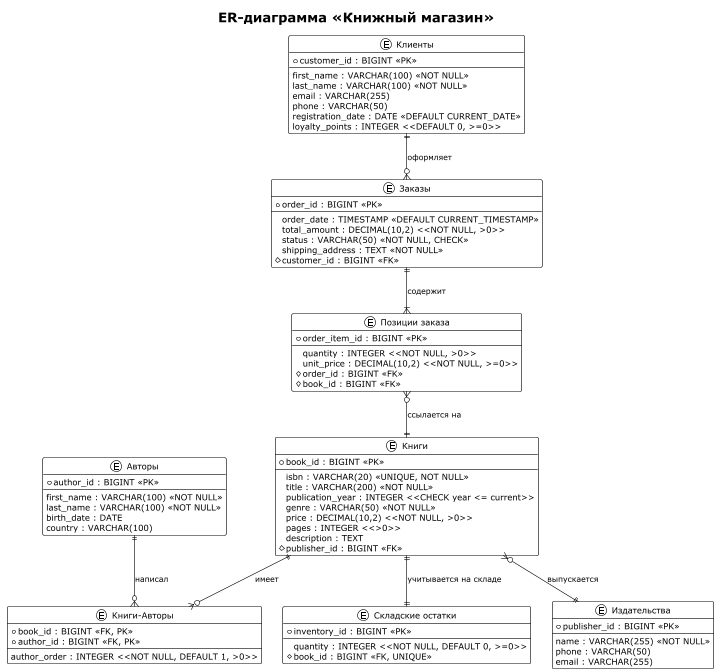
Earlier version of the PlantUML export Базы данных/Курсовая работа/documentation/ERDiagramm-ER_____.png (Jb192101/RSREU). Its diagram source:
```plantuml
@startuml

!theme plain

title ER-диаграмма «Книжный магазин»

entity "Клиенты" as customers {
  * customer_id : BIGINT <<PK>>
  --
  first_name : VARCHAR(100) <<NOT NULL>>
  last_name : VARCHAR(100) <<NOT NULL>>
  email : VARCHAR(255)
  phone : VARCHAR(50)
  registration_date : DATE <<DEFAULT CURRENT_DATE>>
  loyalty_points : INTEGER <<DEFAULT 0, >=0>>
}

entity "Заказы" as orders {
  * order_id : BIGINT <<PK>>
  --
  order_date : TIMESTAMP <<DEFAULT CURRENT_TIMESTAMP>>
  total_amount : DECIMAL(10,2) <<NOT NULL, >0>>
  status : VARCHAR(50) <<NOT NULL, CHECK>>
  shipping_address : TEXT <<NOT NULL>>
  # customer_id : BIGINT <<FK>>
}

entity "Позиции заказа" as order_items {
  * order_item_id : BIGINT <<PK>>
  --
  quantity : INTEGER <<NOT NULL, >0>>
  unit_price : DECIMAL(10,2) <<NOT NULL, >=0>>
  # order_id : BIGINT <<FK>>
  # book_id : BIGINT <<FK>>
}

entity "Книги" as books {
  * book_id : BIGINT <<PK>>
  --
  isbn : VARCHAR(20) <<UNIQUE, NOT NULL>>
  title : VARCHAR(200) <<NOT NULL>>
  publication_year : INTEGER <<CHECK year <= current>>
  genre : VARCHAR(50) <<NOT NULL>>
  price : DECIMAL(10,2) <<NOT NULL, >0>>
  pages : INTEGER <<>0>>
  description : TEXT
  # publisher_id : BIGINT <<FK>>
}

entity "Издательства" as publishers {
  * publisher_id : BIGINT <<PK>>
  --
  name : VARCHAR(255) <<NOT NULL>>
  phone : VARCHAR(50)
  email : VARCHAR(255)
}

entity "Авторы" as authors {
  * author_id : BIGINT <<PK>>
  --
  first_name : VARCHAR(100) <<NOT NULL>>
  last_name : VARCHAR(100) <<NOT NULL>>
  birth_date : DATE
  country : VARCHAR(100)
}

entity "Книги-Авторы" as book_authors {
  * book_id : BIGINT <<FK, PK>>
  * author_id : BIGINT <<FK, PK>>
  --
  author_order : INTEGER <<NOT NULL, DEFAULT 1, >0>>
}

entity "Складские остатки" as inventory {
  * inventory_id : BIGINT <<PK>>
  --
  quantity : INTEGER <<NOT NULL, DEFAULT 0, >=0>>
  # book_id : BIGINT <<FK, UNIQUE>>
}

customers ||--o{ orders : "оформляет"
orders ||--|{ order_items : "содержит"
order_items }o--|| books : "ссылается на"
books }o--|| publishers : "выпускается"
books ||--o{ book_authors : "имеет"
authors ||--o{ book_authors : "написал"
books ||--|| inventory : "учитывается на складе"

@enduml
```
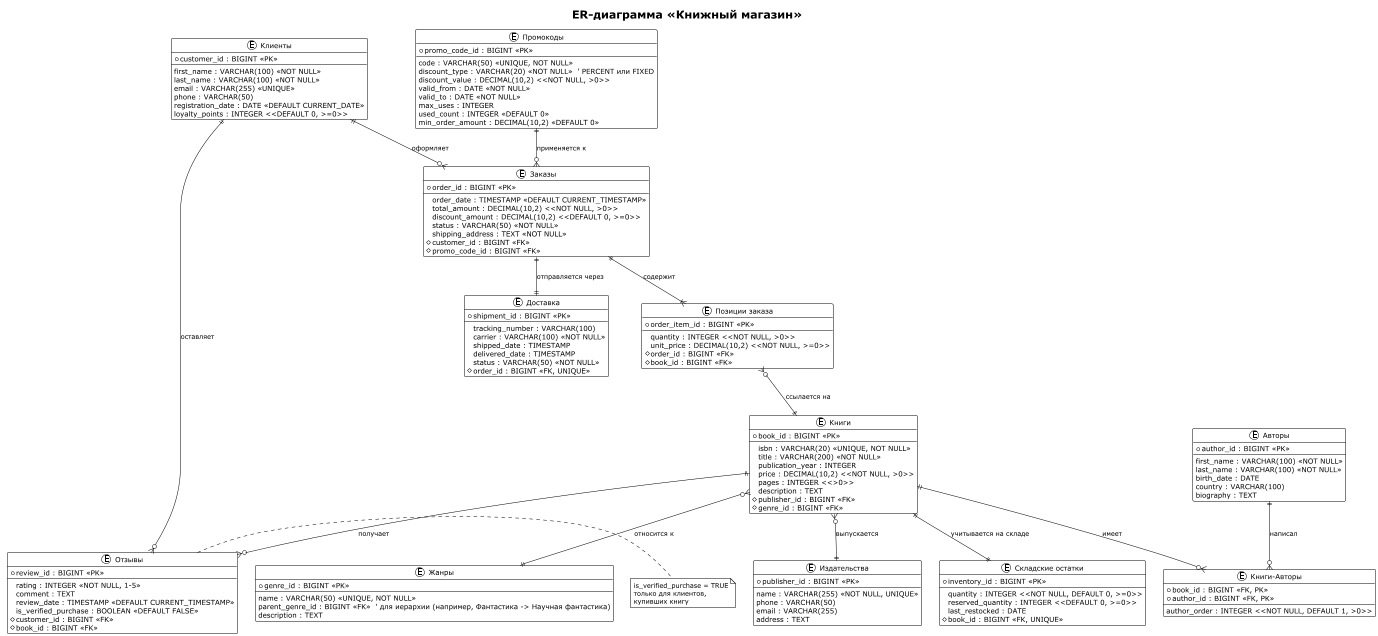
Later version of the same file.

What changed in the source:
```diff
@@ -1,5 +1,4 @@
 @startuml
-
 !theme plain
 
 title ER-диаграмма «Книжный магазин»
@@ -9,7 +8,7 @@
   --
   first_name : VARCHAR(100) <<NOT NULL>>
   last_name : VARCHAR(100) <<NOT NULL>>
-  email : VARCHAR(255)
+  email : VARCHAR(255) <<UNIQUE>>
   phone : VARCHAR(50)
   registration_date : DATE <<DEFAULT CURRENT_DATE>>
   loyalty_points : INTEGER <<DEFAULT 0, >=0>>
@@ -20,9 +19,11 @@
   --
   order_date : TIMESTAMP <<DEFAULT CURRENT_TIMESTAMP>>
   total_amount : DECIMAL(10,2) <<NOT NULL, >0>>
-  status : VARCHAR(50) <<NOT NULL, CHECK>>
+  discount_amount : DECIMAL(10,2) <<DEFAULT 0, >=0>>
+  status : VARCHAR(50) <<NOT NULL>>
   shipping_address : TEXT <<NOT NULL>>
   # customer_id : BIGINT <<FK>>
+  # promo_code_id : BIGINT <<FK>>
 }
 
 entity "Позиции заказа" as order_items {
@@ -39,20 +40,21 @@
   --
   isbn : VARCHAR(20) <<UNIQUE, NOT NULL>>
   title : VARCHAR(200) <<NOT NULL>>
-  publication_year : INTEGER <<CHECK year <= current>>
-  genre : VARCHAR(50) <<NOT NULL>>
+  publication_year : INTEGER
   price : DECIMAL(10,2) <<NOT NULL, >0>>
   pages : INTEGER <<>0>>
   description : TEXT
   # publisher_id : BIGINT <<FK>>
+  # genre_id : BIGINT <<FK>>
 }
 
 entity "Издательства" as publishers {
   * publisher_id : BIGINT <<PK>>
   --
-  name : VARCHAR(255) <<NOT NULL>>
+  name : VARCHAR(255) <<NOT NULL, UNIQUE>>
   phone : VARCHAR(50)
   email : VARCHAR(255)
+  address : TEXT
 }
 
 entity "Авторы" as authors {
@@ -62,6 +64,7 @@
   last_name : VARCHAR(100) <<NOT NULL>>
   birth_date : DATE
   country : VARCHAR(100)
+  biography : TEXT
 }
 
 entity "Книги-Авторы" as book_authors {
@@ -75,7 +78,52 @@
   * inventory_id : BIGINT <<PK>>
   --
   quantity : INTEGER <<NOT NULL, DEFAULT 0, >=0>>
+  reserved_quantity : INTEGER <<DEFAULT 0, >=0>>
+  last_restocked : DATE
   # book_id : BIGINT <<FK, UNIQUE>>
+}
+
+entity "Жанры" as genres {
+  * genre_id : BIGINT <<PK>>
+  --
+  name : VARCHAR(50) <<UNIQUE, NOT NULL>>
+  parent_genre_id : BIGINT <<FK>>  ' для иерархии (например, Фантастика -> Научная фантастика)
+  description : TEXT
+}
+
+entity "Отзывы" as reviews {
+  * review_id : BIGINT <<PK>>
+  --
+  rating : INTEGER <<NOT NULL, 1-5>>
+  comment : TEXT
+  review_date : TIMESTAMP <<DEFAULT CURRENT_TIMESTAMP>>
+  is_verified_purchase : BOOLEAN <<DEFAULT FALSE>>
+  # customer_id : BIGINT <<FK>>
+  # book_id : BIGINT <<FK>>
+}
+
+entity "Промокоды" as promocodes {
+  * promo_code_id : BIGINT <<PK>>
+  --
+  code : VARCHAR(50) <<UNIQUE, NOT NULL>>
+  discount_type : VARCHAR(20) <<NOT NULL>>  ' PERCENT или FIXED
+  discount_value : DECIMAL(10,2) <<NOT NULL, >0>>
+  valid_from : DATE <<NOT NULL>>
+  valid_to : DATE <<NOT NULL>>
+  max_uses : INTEGER
+  used_count : INTEGER <<DEFAULT 0>>
+  min_order_amount : DECIMAL(10,2) <<DEFAULT 0>>
+}
+
+entity "Доставка" as shipments {
+  * shipment_id : BIGINT <<PK>>
+  --
+  tracking_number : VARCHAR(100)
+  carrier : VARCHAR(100) <<NOT NULL>>
+  shipped_date : TIMESTAMP
+  delivered_date : TIMESTAMP
+  status : VARCHAR(50) <<NOT NULL>>
+  # order_id : BIGINT <<FK, UNIQUE>>
 }
 
 customers ||--o{ orders : "оформляет"
@@ -86,4 +134,16 @@
 authors ||--o{ book_authors : "написал"
 books ||--|| inventory : "учитывается на складе"
 
+books }o--|| genres : "относится к"
+customers ||--o{ reviews : "оставляет"
+books ||--o{ reviews : "получает"
+promocodes ||--o{ orders : "применяется к"
+orders ||--|| shipments : "отправляется через"
+
+note right of reviews
+  is_verified_purchase = TRUE
+  только для клиентов,
+  купивших книгу
+end note
+
 @enduml
```
